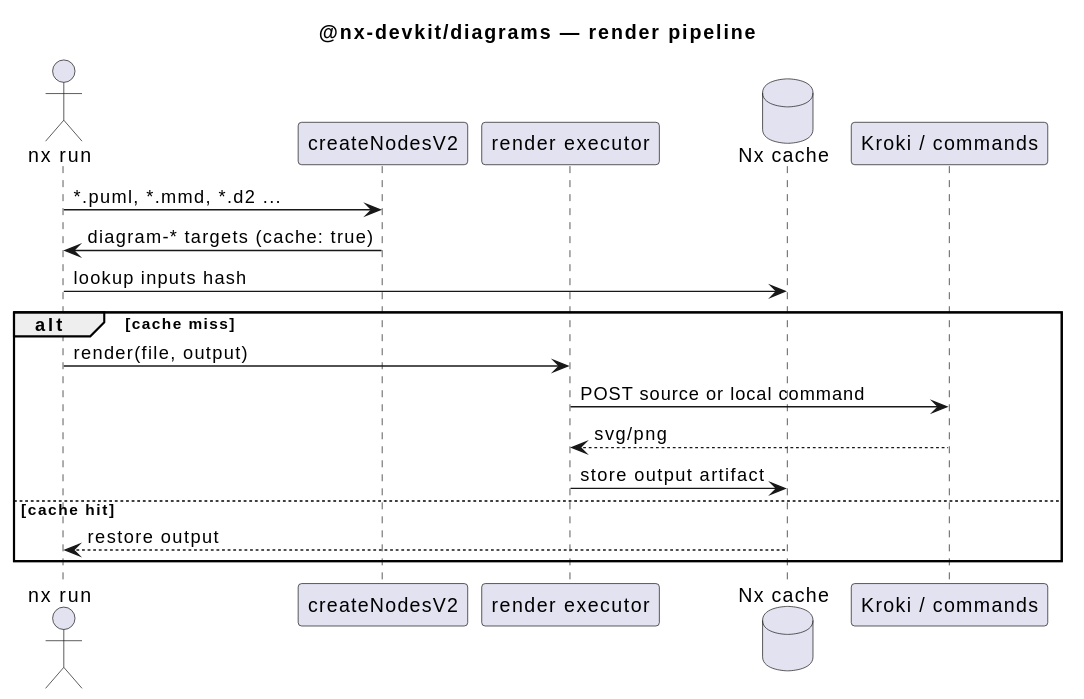
Before: packages/diagrams/docs/pipeline.svg, a diagram exported from PlantUML (nx-devkit/nx.ts). Source of this version:
```plantuml
@startuml
title @nx-devkit/diagrams — render pipeline

actor "nx run" as nx
participant "createNodesV2" as plugin
participant "render executor" as exec
database "Nx cache" as cache
participant "Kroki / commands" as renderer

nx -> plugin: *.puml, *.mmd, *.d2 ...
plugin -> nx: diagram-* targets (cache: true)
nx -> cache: lookup inputs hash
alt cache miss
  nx -> exec: render(file, output)
  exec -> renderer: POST source or local command
  renderer --> exec: svg/png
  exec -> cache: store output artifact
else cache hit
  cache --> nx: restore output
end
@enduml
```
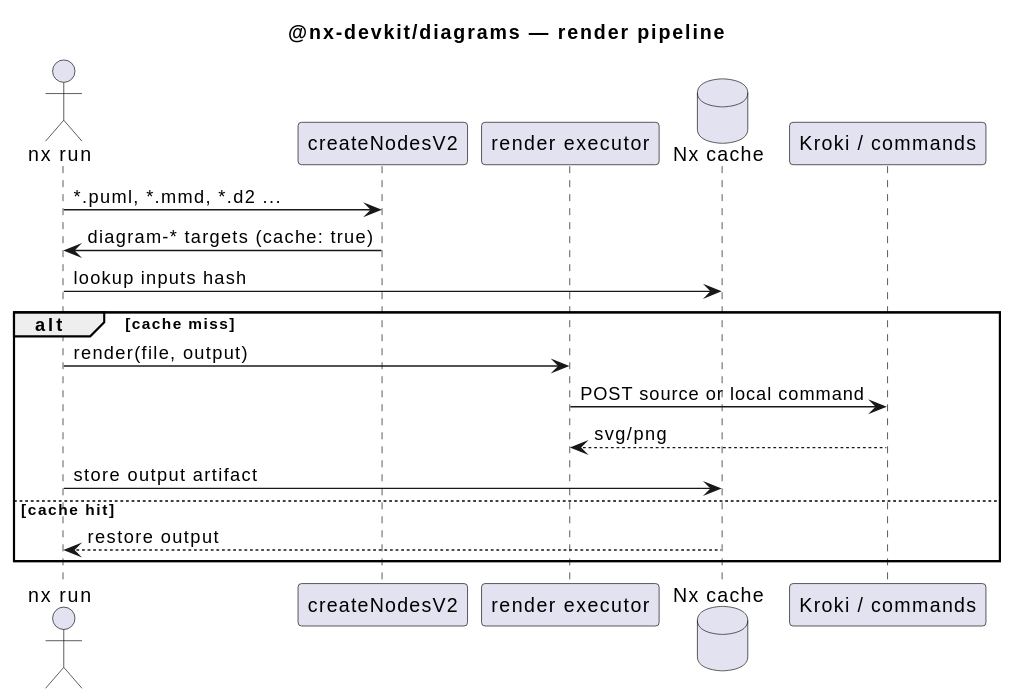
The same diagram one commit later.

Commit message:
docs(diagrams): fix pipeline diagram arrow, ship pipeline.svg in npm files

The edit, as a diff of the source:
```diff
@@ -14,7 +14,7 @@
   nx -> exec: render(file, output)
   exec -> renderer: POST source or local command
   renderer --> exec: svg/png
-  exec -> cache: store output artifact
+  nx -> cache: store output artifact
 else cache hit
   cache --> nx: restore output
 end
```
